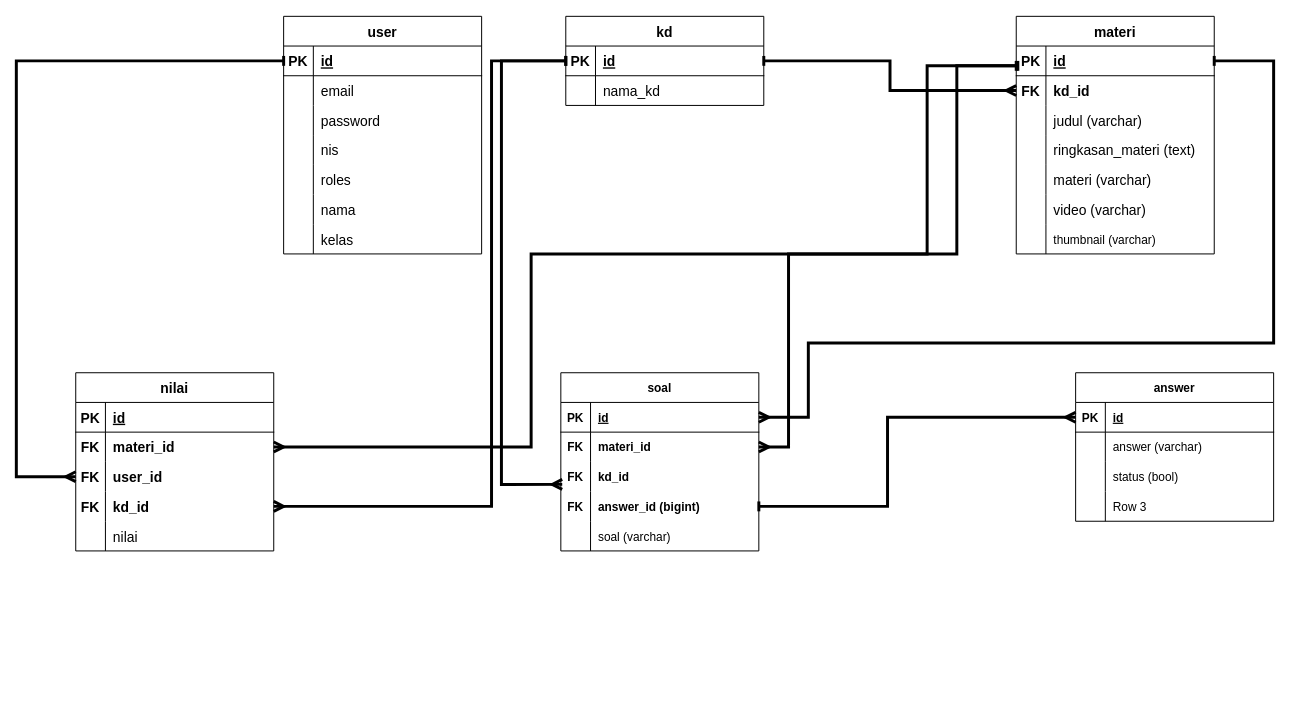
Earlier version of the draw.io diagram Untitled Diagram.drawio (muhaziz28/Muhaziz28). Source tidied: cells renumbered, new cells numbered last; positions are measured from the earlier drawing's top-left corner, leaving out a move shared by most shapes. Both pictures are drawn from the tidied source at 99%, with x=0, y=0 at pixel (16, 16).
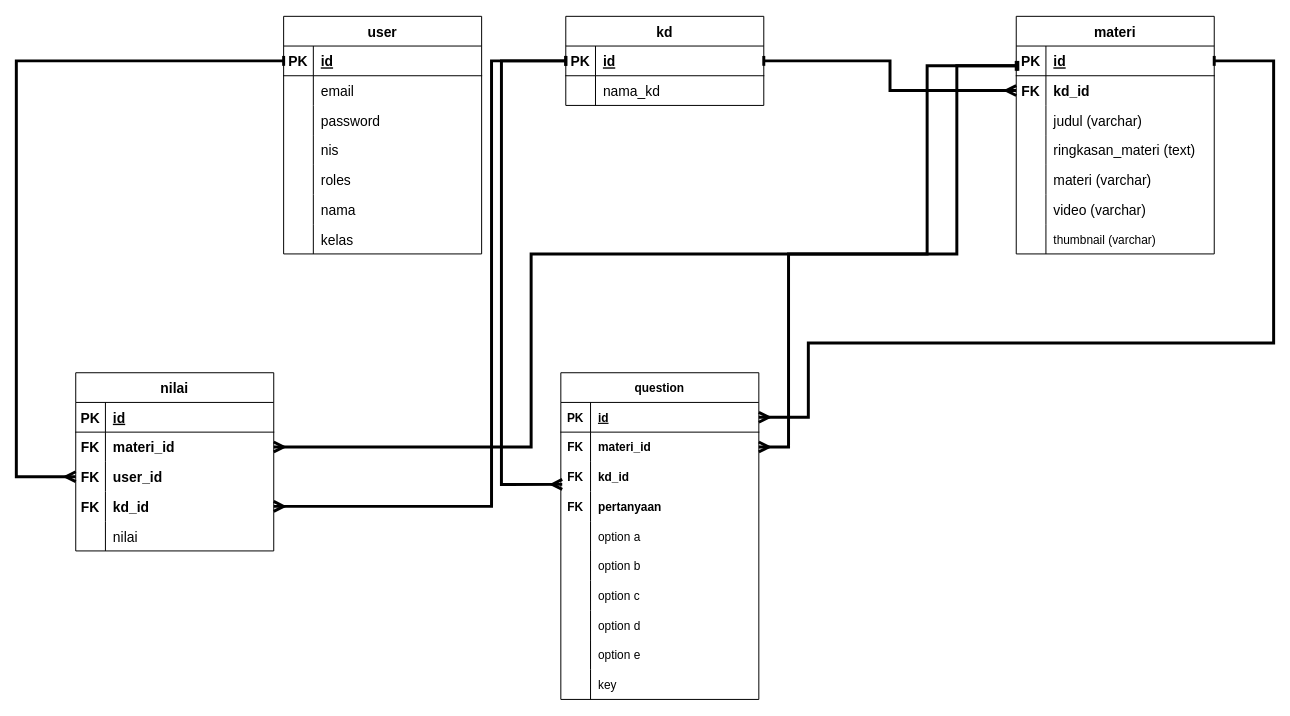
After the change.

The change refers to these unchanged cells:
```xml
<mxCell id="79" style="shape=tableRow;horizontal=0;startSize=0;swimlaneHead=0;swimlaneBody=0;fillColor=none;points=[[0,0.5],[1,0.5]];portConstraint=eastwest;top=0;left=0;right=0;bottom=0;fontStyle=0;" parent="69" vertex="1">
  <mxGeometry y="120" width="200" height="30" as="geometry" />
</mxCell>
<mxCell id="82" style="shape=tableRow;horizontal=0;startSize=0;swimlaneHead=0;swimlaneBody=0;fillColor=none;top=0;left=0;right=0;bottom=0;" parent="69" vertex="1">
  <mxGeometry y="150" width="200" height="30" as="geometry" />
</mxCell>
```

What changed in the source:
```diff
@@
-    <mxCell id="69" value="soal" style="shape=table;startSize=30;childLayout=tableLayout;rowLines=0;fontStyle=1;align=center;" parent="1" vertex="1">
-      <mxGeometry x="550" y="360" width="200" height="180" as="geometry" />
+    <mxCell id="69" value="question" style="shape=table;startSize=30;childLayout=tableLayout;rowLines=0;fontStyle=1;align=center;" parent="1" vertex="1">
+      <mxGeometry x="550" y="360" width="200" height="330" as="geometry" />
     </mxCell>
@@
-    <mxCell id="81" value="answer_id (bigint)" style="shape=partialRectangle;fillColor=none;top=0;left=0;bottom=0;right=0;align=left;spacingLeft=6;fontStyle=1;overflow=hidden;" parent="79" vertex="1">
+    <mxCell id="81" value="pertanyaan" style="shape=partialRectangle;fillColor=none;top=0;left=0;bottom=0;right=0;align=left;spacingLeft=6;fontStyle=1;overflow=hidden;" parent="79" vertex="1">
       <mxGeometry x="30" width="170" height="30" as="geometry" />
     </mxCell>
@@
-    <mxCell id="84" value="soal (varchar)" style="shape=partialRectangle;fillColor=none;top=0;left=0;bottom=0;right=0;align=left;spacingLeft=6;overflow=hidden;" parent="82" vertex="1">
+    <mxCell id="84" value="option a" style="shape=partialRectangle;fillColor=none;top=0;left=0;bottom=0;right=0;align=left;spacingLeft=6;overflow=hidden;" parent="82" vertex="1">
       <mxGeometry x="30" width="170" height="30" as="geometry" />
     </mxCell>
-    <mxCell id="85" value="answer" style="shape=table;startSize=30;childLayout=tableLayout;rowLines=0;fontStyle=1;align=center;" parent="1" vertex="1">
-      <mxGeometry x="1070" y="360" width="200" height="150" as="geometry" />
-    </mxCell>
-    <mxCell id="86" style="shape=tableRow;horizontal=0;startSize=0;swimlaneHead=0;swimlaneBody=0;fillColor=none;points=[[0,0.5],[1,0.5]];portConstraint=eastwest;top=0;left=0;right=0;bottom=1;" parent="85" vertex="1">
-      <mxGeometry y="30" width="200" height="30" as="geometry" />
-    </mxCell>
-    <mxCell id="87" value="PK" style="shape=partialRectangle;fillColor=none;top=0;left=0;bottom=0;right=0;fontStyle=1;overflow=hidden;" parent="86" vertex="1">
-      <mxGeometry width="30" height="30" as="geometry" />
-    </mxCell>
-    <mxCell id="88" value="id" style="shape=partialRectangle;fillColor=none;top=0;left=0;bottom=0;right=0;align=left;spacingLeft=6;fontStyle=5;overflow=hidden;" parent="86" vertex="1">
-      <mxGeometry x="30" width="170" height="30" as="geometry" />
-    </mxCell>
-    <mxCell id="89" style="shape=tableRow;horizontal=0;startSize=0;swimlaneHead=0;swimlaneBody=0;fillColor=none;top=0;left=0;right=0;bottom=0;" parent="85" vertex="1">
-      <mxGeometry y="60" width="200" height="30" as="geometry" />
-    </mxCell>
-    <mxCell id="90" style="shape=partialRectangle;fillColor=none;top=0;left=0;bottom=0;right=0;overflow=hidden;" parent="89" vertex="1">
-      <mxGeometry width="30" height="30" as="geometry" />
-    </mxCell>
-    <mxCell id="91" value="answer (varchar)" style="shape=partialRectangle;fillColor=none;top=0;left=0;bottom=0;right=0;align=left;spacingLeft=6;overflow=hidden;" parent="89" vertex="1">
-      <mxGeometry x="30" width="170" height="30" as="geometry" />
-    </mxCell>
-    <mxCell id="92" style="shape=tableRow;horizontal=0;startSize=0;swimlaneHead=0;swimlaneBody=0;fillColor=none;top=0;left=0;right=0;bottom=0;" parent="85" vertex="1">
-      <mxGeometry y="90" width="200" height="30" as="geometry" />
-    </mxCell>
-    <mxCell id="93" style="shape=partialRectangle;fillColor=none;top=0;left=0;bottom=0;right=0;overflow=hidden;" parent="92" vertex="1">
-      <mxGeometry width="30" height="30" as="geometry" />
-    </mxCell>
-    <mxCell id="94" value="status (bool)" style="shape=partialRectangle;fillColor=none;top=0;left=0;bottom=0;right=0;align=left;spacingLeft=6;overflow=hidden;" parent="92" vertex="1">
-      <mxGeometry x="30" width="170" height="30" as="geometry" />
-    </mxCell>
-    <mxCell id="95" style="shape=tableRow;horizontal=0;startSize=0;swimlaneHead=0;swimlaneBody=0;fillColor=none;top=0;left=0;right=0;bottom=0;" parent="85" vertex="1">
-      <mxGeometry y="120" width="200" height="30" as="geometry" />
-    </mxCell>
-    <mxCell id="96" style="shape=partialRectangle;fillColor=none;top=0;left=0;bottom=0;right=0;overflow=hidden;" parent="95" vertex="1">
-      <mxGeometry width="30" height="30" as="geometry" />
-    </mxCell>
-    <mxCell id="97" value="Row 3" style="shape=partialRectangle;fillColor=none;top=0;left=0;bottom=0;right=0;align=left;spacingLeft=6;overflow=hidden;" parent="95" vertex="1">
-      <mxGeometry x="30" width="170" height="30" as="geometry" />
-    </mxCell>
+    <mxCell id="106" style="shape=tableRow;horizontal=0;startSize=0;swimlaneHead=0;swimlaneBody=0;fillColor=none;top=0;left=0;right=0;bottom=0;" parent="69" vertex="1">
+      <mxGeometry y="180" width="200" height="30" as="geometry" />
+    </mxCell>
+    <mxCell id="107" style="shape=partialRectangle;fillColor=none;top=0;left=0;bottom=0;right=0;overflow=hidden;" parent="106" vertex="1">
+      <mxGeometry width="30" height="30" as="geometry" />
+    </mxCell>
+    <mxCell id="108" value="option b" style="shape=partialRectangle;fillColor=none;top=0;left=0;bottom=0;right=0;align=left;spacingLeft=6;overflow=hidden;" parent="106" vertex="1">
+      <mxGeometry x="30" width="170" height="30" as="geometry" />
+    </mxCell>
+    <mxCell id="109" style="shape=tableRow;horizontal=0;startSize=0;swimlaneHead=0;swimlaneBody=0;fillColor=none;top=0;left=0;right=0;bottom=0;" parent="69" vertex="1">
+      <mxGeometry y="210" width="200" height="30" as="geometry" />
+    </mxCell>
+    <mxCell id="110" style="shape=partialRectangle;fillColor=none;top=0;left=0;bottom=0;right=0;overflow=hidden;" parent="109" vertex="1">
+      <mxGeometry width="30" height="30" as="geometry" />
+    </mxCell>
+    <mxCell id="111" value="option c" style="shape=partialRectangle;fillColor=none;top=0;left=0;bottom=0;right=0;align=left;spacingLeft=6;overflow=hidden;" parent="109" vertex="1">
+      <mxGeometry x="30" width="170" height="30" as="geometry" />
+    </mxCell>
+    <mxCell id="112" style="shape=tableRow;horizontal=0;startSize=0;swimlaneHead=0;swimlaneBody=0;fillColor=none;top=0;left=0;right=0;bottom=0;" parent="69" vertex="1">
+      <mxGeometry y="240" width="200" height="30" as="geometry" />
+    </mxCell>
+    <mxCell id="113" style="shape=partialRectangle;fillColor=none;top=0;left=0;bottom=0;right=0;overflow=hidden;" parent="112" vertex="1">
+      <mxGeometry width="30" height="30" as="geometry" />
+    </mxCell>
+    <mxCell id="114" value="option d" style="shape=partialRectangle;fillColor=none;top=0;left=0;bottom=0;right=0;align=left;spacingLeft=6;overflow=hidden;" parent="112" vertex="1">
+      <mxGeometry x="30" width="170" height="30" as="geometry" />
+    </mxCell>
+    <mxCell id="115" style="shape=tableRow;horizontal=0;startSize=0;swimlaneHead=0;swimlaneBody=0;fillColor=none;top=0;left=0;right=0;bottom=0;" parent="69" vertex="1">
+      <mxGeometry y="270" width="200" height="30" as="geometry" />
+    </mxCell>
+    <mxCell id="116" style="shape=partialRectangle;fillColor=none;top=0;left=0;bottom=0;right=0;overflow=hidden;" parent="115" vertex="1">
+      <mxGeometry width="30" height="30" as="geometry" />
+    </mxCell>
+    <mxCell id="117" value="option e" style="shape=partialRectangle;fillColor=none;top=0;left=0;bottom=0;right=0;align=left;spacingLeft=6;overflow=hidden;" parent="115" vertex="1">
+      <mxGeometry x="30" width="170" height="30" as="geometry" />
+    </mxCell>
+    <mxCell id="118" style="shape=tableRow;horizontal=0;startSize=0;swimlaneHead=0;swimlaneBody=0;fillColor=none;top=0;left=0;right=0;bottom=0;" parent="69" vertex="1">
+      <mxGeometry y="300" width="200" height="30" as="geometry" />
+    </mxCell>
+    <mxCell id="119" style="shape=partialRectangle;fillColor=none;top=0;left=0;bottom=0;right=0;overflow=hidden;" parent="118" vertex="1">
+      <mxGeometry width="30" height="30" as="geometry" />
+    </mxCell>
+    <mxCell id="120" value="key" style="shape=partialRectangle;fillColor=none;top=0;left=0;bottom=0;right=0;align=left;spacingLeft=6;overflow=hidden;" parent="118" vertex="1">
+      <mxGeometry x="30" width="170" height="30" as="geometry" />
+    </mxCell>
@@
-    <mxCell id="100" style="edgeStyle=orthogonalEdgeStyle;fontSize=12;html=1;endArrow=ERmany;startArrow=baseDash;rounded=0;strokeWidth=3;endFill=0;startFill=0;exitX=1;exitY=0.5;exitDx=0;exitDy=0;entryX=0;entryY=0.5;entryDx=0;entryDy=0;" parent="1" edge="1" source="79" target="86">
-      <mxGeometry relative="1" as="geometry">
-        <Array as="points">
-          <mxPoint x="880" y="495" />
-          <mxPoint x="880" y="405" />
-        </Array>
-      </mxGeometry>
-    </mxCell>
```
